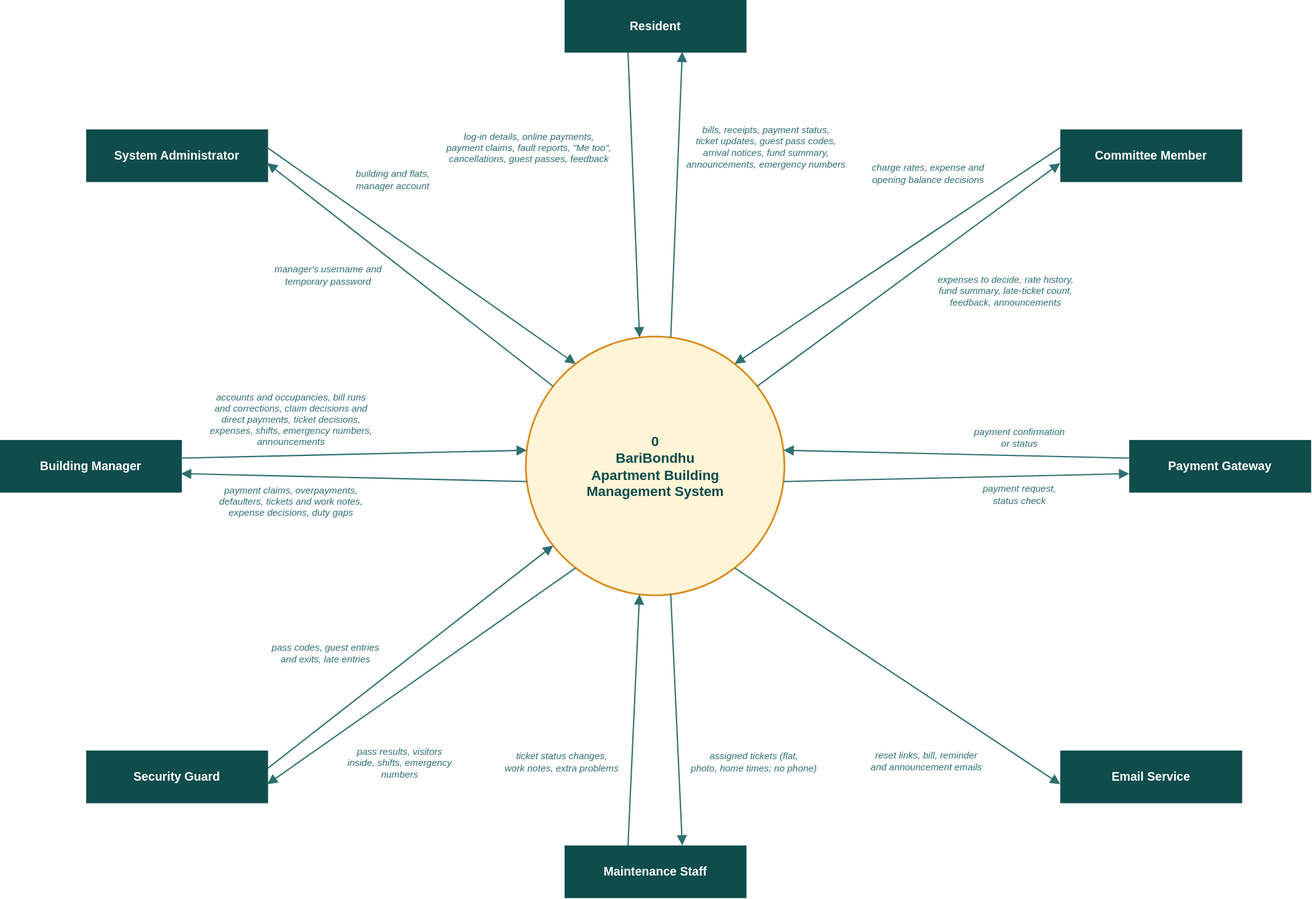
This is diagrams/system/system-dfd-level-0.drawio.svg from iammahir2020/BariBondhu-Apartment-Building-Management-System, a draw.io export, as it was before one commit. Source tidied: cells renumbered, new cells last; positions are measured from the earlier drawing's top-left corner, leaving out a move shared by most shapes. Source of this version:
```xml
<mxGraphModel>
  <root>
    <mxCell id="0" />
    <mxCell id="1" parent="0" />
    <mxCell id="2" value="0&lt;br&gt;BariBondhu&lt;br&gt;Apartment Building&lt;br&gt;Management System" style="ellipse;whiteSpace=wrap;html=1;fillColor=#FFF4D6;strokeColor=#D98A1C;strokeWidth=2;fontStyle=1;fontSize=16;fontColor=#0F4C4C;fontFamily=Helvetica;" parent="1" vertex="1">
      <mxGeometry x="610" y="390" width="300" height="300" as="geometry" />
    </mxCell>
    <mxCell id="3" value="Resident" style="rounded=0;whiteSpace=wrap;html=1;fillColor=#0F4C4C;strokeColor=#0F4C4C;fontStyle=1;fontSize=14;fontColor=#FFFFFF;fontFamily=Helvetica;" parent="1" vertex="1">
      <mxGeometry x="655" width="210" height="60" as="geometry" />
    </mxCell>
    <mxCell id="4" value="log-in details, online payments,&lt;br&gt;payment claims, fault reports, &quot;Me too&quot;,&lt;br&gt;cancellations, guest passes, feedback" style="endArrow=block;endFill=1;endSize=8;html=1;strokeColor=#2F6F6F;strokeWidth=1.5;fontSize=11;fontStyle=2;fontColor=#2F6F6F;labelBackgroundColor=#FFFFFF;fontFamily=Helvetica;exitX=0.35;exitY=1;exitDx=0;exitDy=0;entryX=0.4391;entryY=0.0037;entryDx=0;entryDy=0;" parent="1" edge="1" source="3" target="2">
      <mxGeometry x="-0.36" relative="1" as="geometry">
        <mxPoint x="-120" y="5" as="offset" />
      </mxGeometry>
    </mxCell>
    <mxCell id="5" value="bills, receipts, payment status,&lt;br&gt;ticket updates, guest pass codes,&lt;br&gt;arrival notices, fund summary,&lt;br&gt;announcements, emergency numbers" style="endArrow=block;endFill=1;endSize=8;html=1;strokeColor=#2F6F6F;strokeWidth=1.5;fontSize=11;fontStyle=2;fontColor=#2F6F6F;labelBackgroundColor=#FFFFFF;fontFamily=Helvetica;exitX=0.5609;exitY=0.0037;exitDx=0;exitDy=0;entryX=0.65;entryY=1;entryDx=0;entryDy=0;" parent="1" edge="1" source="2" target="3">
      <mxGeometry x="0.36" relative="1" as="geometry">
        <mxPoint x="101" y="4" as="offset" />
      </mxGeometry>
    </mxCell>
    <mxCell id="6" value="System Administrator" style="rounded=0;whiteSpace=wrap;html=1;fillColor=#0F4C4C;strokeColor=#0F4C4C;fontStyle=1;fontSize=14;fontColor=#FFFFFF;fontFamily=Helvetica;" parent="1" vertex="1">
      <mxGeometry x="100" y="150" width="210" height="60" as="geometry" />
    </mxCell>
    <mxCell id="7" value="building and flats,&lt;br&gt;manager account" style="endArrow=block;endFill=1;endSize=8;html=1;strokeColor=#2F6F6F;strokeWidth=1.5;fontSize=11;fontStyle=2;fontColor=#2F6F6F;labelBackgroundColor=#FFFFFF;fontFamily=Helvetica;exitX=1;exitY=0.35;exitDx=0;exitDy=0;entryX=0.1922;entryY=0.106;entryDx=0;entryDy=0;" parent="1" edge="1" source="6" target="2">
      <mxGeometry x="-0.36" relative="1" as="geometry">
        <mxPoint x="30" y="-43" as="offset" />
      </mxGeometry>
    </mxCell>
    <mxCell id="8" value="manager's username and&lt;br&gt;temporary password" style="endArrow=block;endFill=1;endSize=8;html=1;strokeColor=#2F6F6F;strokeWidth=1.5;fontSize=11;fontStyle=2;fontColor=#2F6F6F;labelBackgroundColor=#FFFFFF;fontFamily=Helvetica;exitX=0.106;exitY=0.1922;exitDx=0;exitDy=0;entryX=1;entryY=0.65;entryDx=0;entryDy=0;" parent="1" edge="1" source="2" target="6">
      <mxGeometry x="0.36" relative="1" as="geometry">
        <mxPoint x="-36" y="47" as="offset" />
      </mxGeometry>
    </mxCell>
    <mxCell id="9" value="Committee Member" style="rounded=0;whiteSpace=wrap;html=1;fillColor=#0F4C4C;strokeColor=#0F4C4C;fontStyle=1;fontSize=14;fontColor=#FFFFFF;fontFamily=Helvetica;" parent="1" vertex="1">
      <mxGeometry x="1230" y="150" width="210" height="60" as="geometry" />
    </mxCell>
    <mxCell id="10" value="charge rates, expense and&lt;br&gt;opening balance decisions" style="endArrow=block;endFill=1;endSize=8;html=1;strokeColor=#2F6F6F;strokeWidth=1.5;fontSize=11;fontStyle=2;fontColor=#2F6F6F;labelBackgroundColor=#FFFFFF;fontFamily=Helvetica;exitX=0;exitY=0.35;exitDx=0;exitDy=0;entryX=0.8078;entryY=0.106;entryDx=0;entryDy=0;" parent="1" edge="1" source="9" target="2">
      <mxGeometry x="-0.36" relative="1" as="geometry">
        <mxPoint x="-33" y="-50" as="offset" />
      </mxGeometry>
    </mxCell>
    <mxCell id="11" value="expenses to decide, rate history,&lt;br&gt;fund summary, late-ticket count,&lt;br&gt;feedback, announcements" style="endArrow=block;endFill=1;endSize=8;html=1;strokeColor=#2F6F6F;strokeWidth=1.5;fontSize=11;fontStyle=2;fontColor=#2F6F6F;labelBackgroundColor=#FFFFFF;fontFamily=Helvetica;exitX=0.894;exitY=0.1922;exitDx=0;exitDy=0;entryX=0;entryY=0.65;entryDx=0;entryDy=0;" parent="1" edge="1" source="2" target="9">
      <mxGeometry x="0.36" relative="1" as="geometry">
        <mxPoint x="48" y="65" as="offset" />
      </mxGeometry>
    </mxCell>
    <mxCell id="12" value="Building Manager" style="rounded=0;whiteSpace=wrap;html=1;fillColor=#0F4C4C;strokeColor=#0F4C4C;fontStyle=1;fontSize=14;fontColor=#FFFFFF;fontFamily=Helvetica;" parent="1" vertex="1">
      <mxGeometry y="510" width="210" height="60" as="geometry" />
    </mxCell>
    <mxCell id="13" value="accounts and occupancies, bill runs&lt;br&gt;and corrections, claim decisions and&lt;br&gt;direct payments, ticket decisions,&lt;br&gt;expenses, shifts, emergency numbers,&lt;br&gt;announcements" style="endArrow=block;endFill=1;endSize=8;html=1;strokeColor=#2F6F6F;strokeWidth=1.5;fontSize=11;fontStyle=2;fontColor=#2F6F6F;labelBackgroundColor=#FFFFFF;fontFamily=Helvetica;exitX=1;exitY=0.35;exitDx=0;exitDy=0;entryX=0.0037;entryY=0.4391;entryDx=0;entryDy=0;" parent="1" edge="1" source="12" target="2">
      <mxGeometry x="-0.36" relative="1" as="geometry">
        <mxPoint x="-1" y="-42" as="offset" />
      </mxGeometry>
    </mxCell>
    <mxCell id="14" value="payment claims, overpayments,&lt;br&gt;defaulters, tickets and work notes,&lt;br&gt;expense decisions, duty gaps" style="endArrow=block;endFill=1;endSize=8;html=1;strokeColor=#2F6F6F;strokeWidth=1.5;fontSize=11;fontStyle=2;fontColor=#2F6F6F;labelBackgroundColor=#FFFFFF;fontFamily=Helvetica;exitX=0.0037;exitY=0.5609;exitDx=0;exitDy=0;entryX=1;entryY=0.65;entryDx=0;entryDy=0;" parent="1" edge="1" source="2" target="12">
      <mxGeometry x="0.36" relative="1" as="geometry">
        <mxPoint x="-1" y="29" as="offset" />
      </mxGeometry>
    </mxCell>
    <mxCell id="15" value="Payment Gateway" style="rounded=0;whiteSpace=wrap;html=1;fillColor=#0F4C4C;strokeColor=#0F4C4C;fontStyle=1;fontSize=14;fontColor=#FFFFFF;fontFamily=Helvetica;" parent="1" vertex="1">
      <mxGeometry x="1310" y="510" width="210" height="60" as="geometry" />
    </mxCell>
    <mxCell id="16" value="payment confirmation&lt;br&gt;or status" style="endArrow=block;endFill=1;endSize=8;html=1;strokeColor=#2F6F6F;strokeWidth=1.5;fontSize=11;fontStyle=2;fontColor=#2F6F6F;labelBackgroundColor=#FFFFFF;fontFamily=Helvetica;exitX=0;exitY=0.35;exitDx=0;exitDy=0;entryX=0.9963;entryY=0.4391;entryDx=0;entryDy=0;" parent="1" edge="1" source="15" target="2">
      <mxGeometry x="-0.36" relative="1" as="geometry">
        <mxPoint y="-21" as="offset" />
      </mxGeometry>
    </mxCell>
    <mxCell id="17" value="payment request,&lt;br&gt;status check" style="endArrow=block;endFill=1;endSize=8;html=1;strokeColor=#2F6F6F;strokeWidth=1.5;fontSize=11;fontStyle=2;fontColor=#2F6F6F;labelBackgroundColor=#FFFFFF;fontFamily=Helvetica;exitX=0.9963;exitY=0.5609;exitDx=0;exitDy=0;entryX=0;entryY=0.65;entryDx=0;entryDy=0;" parent="1" edge="1" source="2" target="15">
      <mxGeometry x="0.36" relative="1" as="geometry">
        <mxPoint y="21" as="offset" />
      </mxGeometry>
    </mxCell>
    <mxCell id="18" value="Security Guard" style="rounded=0;whiteSpace=wrap;html=1;fillColor=#0F4C4C;strokeColor=#0F4C4C;fontStyle=1;fontSize=14;fontColor=#FFFFFF;fontFamily=Helvetica;" parent="1" vertex="1">
      <mxGeometry x="100" y="870" width="210" height="60" as="geometry" />
    </mxCell>
    <mxCell id="19" value="pass codes, guest entries&lt;br&gt;and exits, late entries" style="endArrow=block;endFill=1;endSize=8;html=1;strokeColor=#2F6F6F;strokeWidth=1.5;fontSize=11;fontStyle=2;fontColor=#2F6F6F;labelBackgroundColor=#FFFFFF;fontFamily=Helvetica;exitX=1;exitY=0.35;exitDx=0;exitDy=0;entryX=0.106;entryY=0.8078;entryDx=0;entryDy=0;" parent="1" edge="1" source="18" target="2">
      <mxGeometry x="-0.36" relative="1" as="geometry">
        <mxPoint x="-39" y="-51" as="offset" />
      </mxGeometry>
    </mxCell>
    <mxCell id="20" value="pass results, visitors&lt;br&gt;inside, shifts, emergency&lt;br&gt;numbers" style="endArrow=block;endFill=1;endSize=8;html=1;strokeColor=#2F6F6F;strokeWidth=1.5;fontSize=11;fontStyle=2;fontColor=#2F6F6F;labelBackgroundColor=#FFFFFF;fontFamily=Helvetica;exitX=0.1922;exitY=0.894;exitDx=0;exitDy=0;entryX=1;entryY=0.65;entryDx=0;entryDy=0;" parent="1" edge="1" source="2" target="18">
      <mxGeometry x="0.36" relative="1" as="geometry">
        <mxPoint x="38" y="55" as="offset" />
      </mxGeometry>
    </mxCell>
    <mxCell id="21" value="Maintenance Staff" style="rounded=0;whiteSpace=wrap;html=1;fillColor=#0F4C4C;strokeColor=#0F4C4C;fontStyle=1;fontSize=14;fontColor=#FFFFFF;fontFamily=Helvetica;" parent="1" vertex="1">
      <mxGeometry x="655" y="980" width="210" height="60" as="geometry" />
    </mxCell>
    <mxCell id="22" value="ticket status changes,&lt;br&gt;work notes, extra problems" style="endArrow=block;endFill=1;endSize=8;html=1;strokeColor=#2F6F6F;strokeWidth=1.5;fontSize=11;fontStyle=2;fontColor=#2F6F6F;labelBackgroundColor=#FFFFFF;fontFamily=Helvetica;exitX=0.35;exitY=0;exitDx=0;exitDy=0;entryX=0.4391;entryY=0.9963;entryDx=0;entryDy=0;" parent="1" edge="1" source="21" target="2">
      <mxGeometry x="-0.36" relative="1" as="geometry">
        <mxPoint x="-82" y="-4" as="offset" />
      </mxGeometry>
    </mxCell>
    <mxCell id="23" value="assigned tickets (flat,&lt;br&gt;photo, home times; no phone)" style="endArrow=block;endFill=1;endSize=8;html=1;strokeColor=#2F6F6F;strokeWidth=1.5;fontSize=11;fontStyle=2;fontColor=#2F6F6F;labelBackgroundColor=#FFFFFF;fontFamily=Helvetica;exitX=0.5609;exitY=0.9963;exitDx=0;exitDy=0;entryX=0.65;entryY=0;entryDx=0;entryDy=0;" parent="1" edge="1" source="2" target="21">
      <mxGeometry x="0.36" relative="1" as="geometry">
        <mxPoint x="87" y="-4" as="offset" />
      </mxGeometry>
    </mxCell>
    <mxCell id="24" value="Email Service" style="rounded=0;whiteSpace=wrap;html=1;fillColor=#0F4C4C;strokeColor=#0F4C4C;fontStyle=1;fontSize=14;fontColor=#FFFFFF;fontFamily=Helvetica;" parent="1" vertex="1">
      <mxGeometry x="1230" y="870" width="210" height="60" as="geometry" />
    </mxCell>
    <mxCell id="25" value="reset links, bill, reminder&lt;br&gt;and announcement emails" style="endArrow=block;endFill=1;endSize=8;html=1;strokeColor=#2F6F6F;strokeWidth=1.5;fontSize=11;fontStyle=2;fontColor=#2F6F6F;labelBackgroundColor=#FFFFFF;fontFamily=Helvetica;exitX=0.8078;exitY=0.894;exitDx=0;exitDy=0;entryX=0;entryY=0.65;entryDx=0;entryDy=0;" parent="1" edge="1" source="2" target="24">
      <mxGeometry x="0.36" relative="1" as="geometry">
        <mxPoint x="-35" y="53" as="offset" />
      </mxGeometry>
    </mxCell>
  </root>
</mxGraphModel>
```
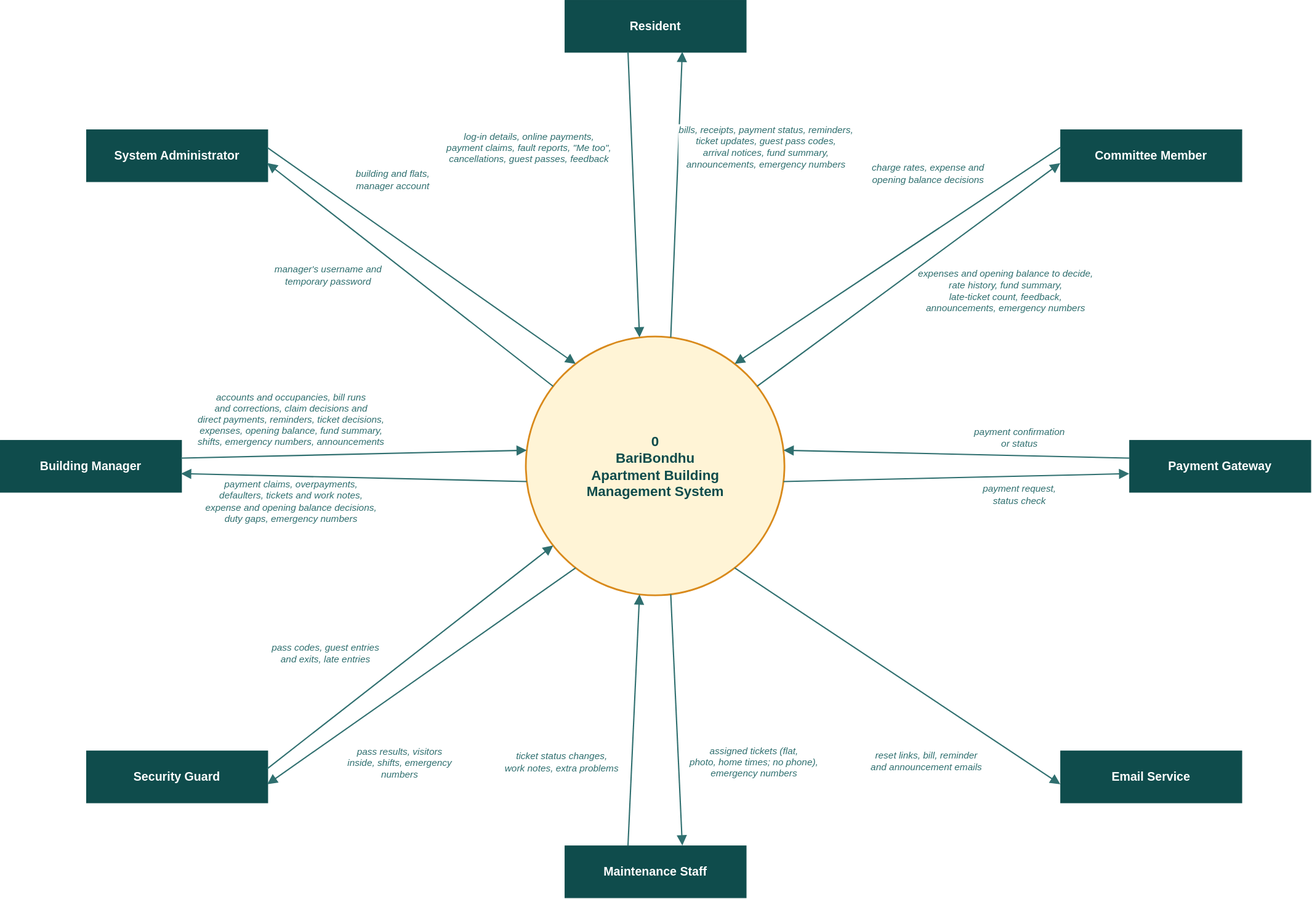
Later version of the same file.

What changed in the source:
```diff
@@ -13,7 +13,7 @@
         <mxPoint x="-120" y="5" as="offset" />
       </mxGeometry>
     </mxCell>
-    <mxCell id="5" value="bills, receipts, payment status,&lt;br&gt;ticket updates, guest pass codes,&lt;br&gt;arrival notices, fund summary,&lt;br&gt;announcements, emergency numbers" style="endArrow=block;endFill=1;endSize=8;html=1;strokeColor=#2F6F6F;strokeWidth=1.5;fontSize=11;fontStyle=2;fontColor=#2F6F6F;labelBackgroundColor=#FFFFFF;fontFamily=Helvetica;exitX=0.5609;exitY=0.0037;exitDx=0;exitDy=0;entryX=0.65;entryY=1;entryDx=0;entryDy=0;" parent="1" edge="1" source="2" target="3">
+    <mxCell id="5" value="bills, receipts, payment status, reminders,&lt;br&gt;ticket updates, guest pass codes,&lt;br&gt;arrival notices, fund summary,&lt;br&gt;announcements, emergency numbers" style="endArrow=block;endFill=1;endSize=8;html=1;strokeColor=#2F6F6F;strokeWidth=1.5;fontSize=11;fontStyle=2;fontColor=#2F6F6F;labelBackgroundColor=#FFFFFF;fontFamily=Helvetica;exitX=0.5609;exitY=0.0037;exitDx=0;exitDy=0;entryX=0.65;entryY=1;entryDx=0;entryDy=0;" parent="1" edge="1" source="2" target="3">
       <mxGeometry x="0.36" relative="1" as="geometry">
         <mxPoint x="101" y="4" as="offset" />
       </mxGeometry>
@@ -39,7 +39,7 @@
         <mxPoint x="-33" y="-50" as="offset" />
       </mxGeometry>
     </mxCell>
-    <mxCell id="11" value="expenses to decide, rate history,&lt;br&gt;fund summary, late-ticket count,&lt;br&gt;feedback, announcements" style="endArrow=block;endFill=1;endSize=8;html=1;strokeColor=#2F6F6F;strokeWidth=1.5;fontSize=11;fontStyle=2;fontColor=#2F6F6F;labelBackgroundColor=#FFFFFF;fontFamily=Helvetica;exitX=0.894;exitY=0.1922;exitDx=0;exitDy=0;entryX=0;entryY=0.65;entryDx=0;entryDy=0;" parent="1" edge="1" source="2" target="9">
+    <mxCell id="11" value="expenses and opening balance to decide,&lt;br&gt;rate history, fund summary,&lt;br&gt;late-ticket count, feedback,&lt;br&gt;announcements, emergency numbers" style="endArrow=block;endFill=1;endSize=8;html=1;strokeColor=#2F6F6F;strokeWidth=1.5;fontSize=11;fontStyle=2;fontColor=#2F6F6F;labelBackgroundColor=#FFFFFF;fontFamily=Helvetica;exitX=0.894;exitY=0.1922;exitDx=0;exitDy=0;entryX=0;entryY=0.65;entryDx=0;entryDy=0;" parent="1" edge="1" source="2" target="9">
       <mxGeometry x="0.36" relative="1" as="geometry">
         <mxPoint x="48" y="65" as="offset" />
       </mxGeometry>
@@ -47,12 +47,12 @@
     <mxCell id="12" value="Building Manager" style="rounded=0;whiteSpace=wrap;html=1;fillColor=#0F4C4C;strokeColor=#0F4C4C;fontStyle=1;fontSize=14;fontColor=#FFFFFF;fontFamily=Helvetica;" parent="1" vertex="1">
       <mxGeometry y="510" width="210" height="60" as="geometry" />
     </mxCell>
-    <mxCell id="13" value="accounts and occupancies, bill runs&lt;br&gt;and corrections, claim decisions and&lt;br&gt;direct payments, ticket decisions,&lt;br&gt;expenses, shifts, emergency numbers,&lt;br&gt;announcements" style="endArrow=block;endFill=1;endSize=8;html=1;strokeColor=#2F6F6F;strokeWidth=1.5;fontSize=11;fontStyle=2;fontColor=#2F6F6F;labelBackgroundColor=#FFFFFF;fontFamily=Helvetica;exitX=1;exitY=0.35;exitDx=0;exitDy=0;entryX=0.0037;entryY=0.4391;entryDx=0;entryDy=0;" parent="1" edge="1" source="12" target="2">
+    <mxCell id="13" value="accounts and occupancies, bill runs&lt;br&gt;and corrections, claim decisions and&lt;br&gt;direct payments, reminders, ticket decisions,&lt;br&gt;expenses, opening balance, fund summary,&lt;br&gt;shifts, emergency numbers, announcements" style="endArrow=block;endFill=1;endSize=8;html=1;strokeColor=#2F6F6F;strokeWidth=1.5;fontSize=11;fontStyle=2;fontColor=#2F6F6F;labelBackgroundColor=#FFFFFF;fontFamily=Helvetica;exitX=1;exitY=0.35;exitDx=0;exitDy=0;entryX=0.0037;entryY=0.4391;entryDx=0;entryDy=0;" parent="1" edge="1" source="12" target="2">
       <mxGeometry x="-0.36" relative="1" as="geometry">
         <mxPoint x="-1" y="-42" as="offset" />
       </mxGeometry>
     </mxCell>
-    <mxCell id="14" value="payment claims, overpayments,&lt;br&gt;defaulters, tickets and work notes,&lt;br&gt;expense decisions, duty gaps" style="endArrow=block;endFill=1;endSize=8;html=1;strokeColor=#2F6F6F;strokeWidth=1.5;fontSize=11;fontStyle=2;fontColor=#2F6F6F;labelBackgroundColor=#FFFFFF;fontFamily=Helvetica;exitX=0.0037;exitY=0.5609;exitDx=0;exitDy=0;entryX=1;entryY=0.65;entryDx=0;entryDy=0;" parent="1" edge="1" source="2" target="12">
+    <mxCell id="14" value="payment claims, overpayments,&lt;br&gt;defaulters, tickets and work notes,&lt;br&gt;expense and opening balance decisions,&lt;br&gt;duty gaps, emergency numbers" style="endArrow=block;endFill=1;endSize=8;html=1;strokeColor=#2F6F6F;strokeWidth=1.5;fontSize=11;fontStyle=2;fontColor=#2F6F6F;labelBackgroundColor=#FFFFFF;fontFamily=Helvetica;exitX=0.0037;exitY=0.5609;exitDx=0;exitDy=0;entryX=1;entryY=0.65;entryDx=0;entryDy=0;" parent="1" edge="1" source="2" target="12">
       <mxGeometry x="0.36" relative="1" as="geometry">
         <mxPoint x="-1" y="29" as="offset" />
       </mxGeometry>
@@ -91,7 +91,7 @@
         <mxPoint x="-82" y="-4" as="offset" />
       </mxGeometry>
     </mxCell>
-    <mxCell id="23" value="assigned tickets (flat,&lt;br&gt;photo, home times; no phone)" style="endArrow=block;endFill=1;endSize=8;html=1;strokeColor=#2F6F6F;strokeWidth=1.5;fontSize=11;fontStyle=2;fontColor=#2F6F6F;labelBackgroundColor=#FFFFFF;fontFamily=Helvetica;exitX=0.5609;exitY=0.9963;exitDx=0;exitDy=0;entryX=0.65;entryY=0;entryDx=0;entryDy=0;" parent="1" edge="1" source="2" target="21">
+    <mxCell id="23" value="assigned tickets (flat,&lt;br&gt;photo, home times; no phone),&lt;br&gt;emergency numbers" style="endArrow=block;endFill=1;endSize=8;html=1;strokeColor=#2F6F6F;strokeWidth=1.5;fontSize=11;fontStyle=2;fontColor=#2F6F6F;labelBackgroundColor=#FFFFFF;fontFamily=Helvetica;exitX=0.5609;exitY=0.9963;exitDx=0;exitDy=0;entryX=0.65;entryY=0;entryDx=0;entryDy=0;" parent="1" edge="1" source="2" target="21">
       <mxGeometry x="0.36" relative="1" as="geometry">
         <mxPoint x="87" y="-4" as="offset" />
       </mxGeometry>
```
